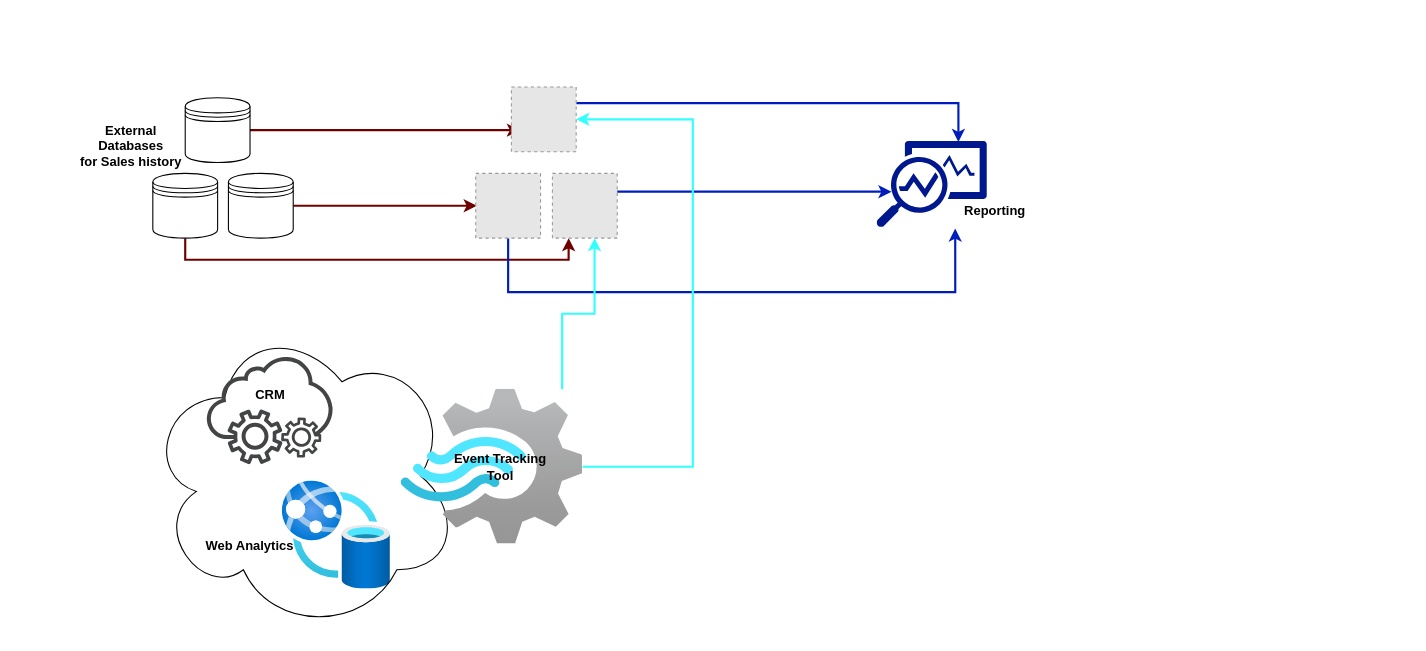
vadramson/Drawings keeps this draw.io diagram as Retail_Propose_Solution.drawio. Above is the earlier version. Source tidied: cells renumbered, new cells numbered last; positions are measured from the earlier drawing's top-left corner, leaving out a move shared by most shapes. Both pictures are drawn from the tidied source at 108%, with x=0, y=0 at pixel (55, 86). Pictures stored in the file or linked from it are replaced by grey dashed boxes.
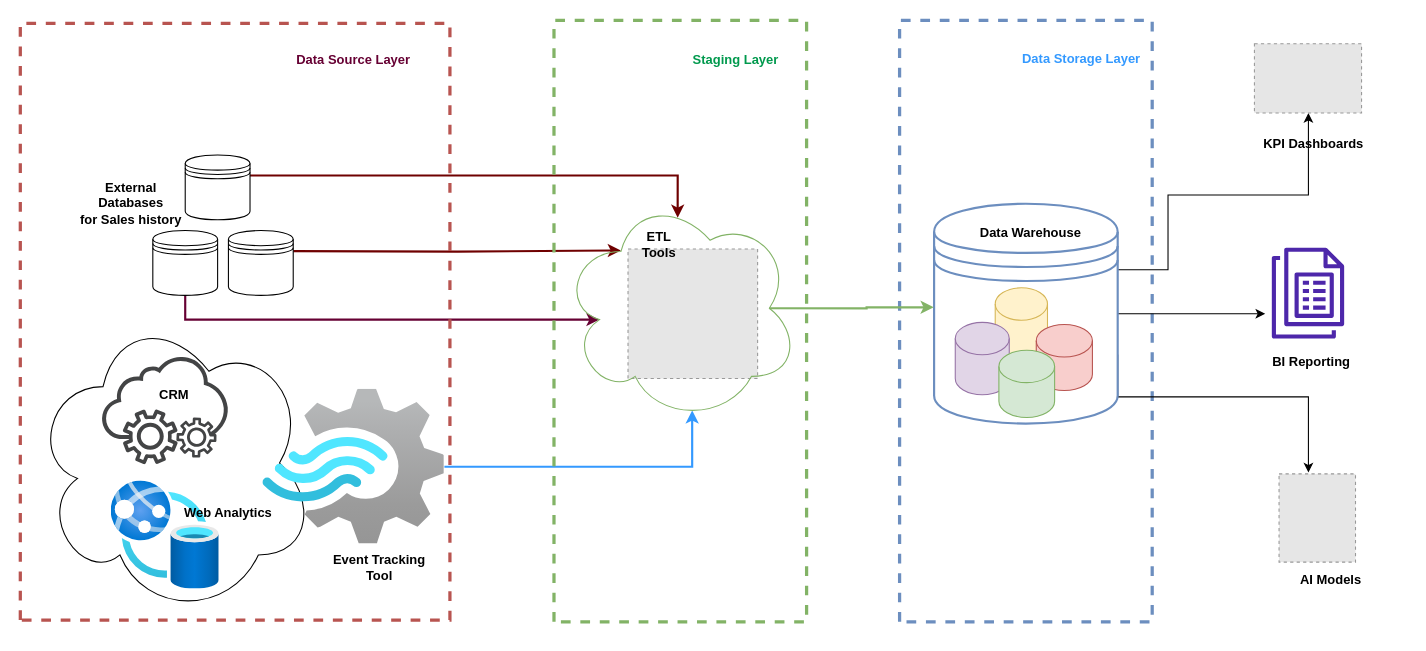
After the change.

The edit, as a diff of the source:
```diff
@@
-    <mxCell id="2" style="edgeStyle=orthogonalEdgeStyle;rounded=0;jettySize=auto;html=1;exitX=1;exitY=0.5;exitDx=0;exitDy=0;fillColor=#a20025;strokeColor=#6F0000;strokeWidth=2;" parent="1" edge="1" source="3">
+    <mxCell id="2" style="edgeStyle=orthogonalEdgeStyle;rounded=0;jettySize=auto;html=1;exitX=1;exitY=0.5;exitDx=0;exitDy=0;fillColor=#a20025;strokeColor=#6F0000;strokeWidth=2;entryX=0.489;entryY=0.101;entryDx=0;entryDy=0;entryPerimeter=0;" parent="1" edge="1" target="43">
       <mxGeometry relative="1" as="geometry">
-        <mxPoint x="430" y="40" as="targetPoint" />
+        <mxPoint x="180" y="82" as="sourcePoint" />
         <Array as="points">
-          <mxPoint x="424" y="40" />
+          <mxPoint x="576" y="82" />
         </Array>
       </mxGeometry>
     </mxCell>
     <mxCell id="3" style="shape=datastore;whiteSpace=wrap;html=1;" parent="1" vertex="1">
-      <mxGeometry x="120" y="10" width="60" height="60" as="geometry" />
+      <mxGeometry x="120" y="63" width="60" height="60" as="geometry" />
     </mxCell>
-    <mxCell id="4" style="edgeStyle=orthogonalEdgeStyle;rounded=0;jettySize=auto;html=1;exitX=0.5;exitY=1;exitDx=0;exitDy=0;entryX=0.25;entryY=1;entryDx=0;entryDy=0;fillColor=#a20025;strokeColor=#6F0000;strokeWidth=2;" parent="1" edge="1" source="5" target="11">
-      <mxGeometry relative="1" as="geometry" />
-    </mxCell>
+    <mxCell id="26" style="edgeStyle=orthogonalEdgeStyle;rounded=0;jettySize=auto;html=1;entryX=0.16;entryY=0.55;entryDx=0;entryDy=0;entryPerimeter=0;strokeWidth=2;strokeColor=#660033;" parent="1" edge="1" source="5" target="43">
+      <mxGeometry relative="1" as="geometry">
+        <Array as="points">
+          <mxPoint x="120" y="215" />
+        </Array>
+      </mxGeometry>
+    </mxCell>
     <mxCell id="5" style="shape=datastore;whiteSpace=wrap;html=1;" parent="1" vertex="1">
-      <mxGeometry x="90" y="80" width="60" height="60" as="geometry" />
+      <mxGeometry x="90" y="133" width="60" height="60" as="geometry" />
     </mxCell>
-    <mxCell id="6" style="edgeStyle=orthogonalEdgeStyle;rounded=0;jettySize=auto;html=1;exitX=1;exitY=0.5;exitDx=0;exitDy=0;fillColor=#a20025;strokeColor=#6F0000;strokeWidth=2;" parent="1" edge="1" source="7">
+    <mxCell id="6" style="edgeStyle=orthogonalEdgeStyle;rounded=0;orthogonalLoop=1;jettySize=auto;html=1;exitX=1;exitY=0.5;exitDx=0;exitDy=0;fillColor=#a20025;strokeColor=#6F0000;strokeWidth=2;entryX=0.25;entryY=0.25;entryDx=0;entryDy=0;entryPerimeter=0;" parent="1" edge="1">
       <mxGeometry relative="1" as="geometry">
-        <mxPoint x="390" y="110" as="targetPoint" />
+        <mxPoint x="220" y="152" as="sourcePoint" />
+        <mxPoint x="523.4" y="151.4" as="targetPoint" />
       </mxGeometry>
     </mxCell>
     <mxCell id="7" style="shape=datastore;whiteSpace=wrap;html=1;" parent="1" vertex="1">
-      <mxGeometry x="160" y="80" width="60" height="60" as="geometry" />
+      <mxGeometry x="160" y="133" width="60" height="60" as="geometry" />
     </mxCell>
-    <mxCell id="8" style="edgeStyle=orthogonalEdgeStyle;rounded=0;jettySize=auto;html=1;exitX=1;exitY=0.25;exitDx=0;exitDy=0;entryX=0.743;entryY=0.013;entryDx=0;entryDy=0;entryPerimeter=0;fillColor=#0050ef;strokeColor=#001DBC;strokeWidth=2;" parent="1" edge="1" source="9" target="14">
-      <mxGeometry relative="1" as="geometry" />
-    </mxCell>
-    <mxCell id="9" style="fillColor=#E6E6E6;strokeColor=#999999;dashed=1;html=1;verticalAlign=top;verticalLabelPosition=bottom;labelBackgroundColor=#ffffff;" parent="1" vertex="1">
-      <mxGeometry x="422" width="60" height="60" as="geometry" />
-    </mxCell>
-    <mxCell id="10" style="edgeStyle=orthogonalEdgeStyle;rounded=0;orthogonalLoop=1;jettySize=auto;html=1;exitX=1;exitY=0.5;exitDx=0;exitDy=0;entryX=0.176;entryY=0.752;entryDx=0;entryDy=0;entryPerimeter=0;fillColor=#0050ef;strokeColor=#001DBC;strokeWidth=2;" parent="1" edge="1">
-      <mxGeometry relative="1" as="geometry">
-        <mxPoint x="516" y="97" as="sourcePoint" />
-        <mxPoint x="774" y="97" as="targetPoint" />
-      </mxGeometry>
-    </mxCell>
-    <mxCell id="11" style="fillColor=#E6E6E6;strokeColor=#999999;dashed=1;html=1;verticalAlign=top;verticalLabelPosition=bottom;labelBackgroundColor=#ffffff;" parent="1" vertex="1">
-      <mxGeometry x="460" y="80" width="60" height="60" as="geometry" />
-    </mxCell>
-    <mxCell id="12" style="edgeStyle=orthogonalEdgeStyle;rounded=0;jettySize=auto;html=1;entryX=0.714;entryY=1.016;entryDx=0;entryDy=0;entryPerimeter=0;fillColor=#0050ef;strokeColor=#001DBC;strokeWidth=2;" parent="1" edge="1" source="13" target="14">
-      <mxGeometry relative="1" as="geometry">
-        <Array as="points">
-          <mxPoint x="419" y="190" />
-          <mxPoint x="833" y="190" />
-        </Array>
-      </mxGeometry>
-    </mxCell>
-    <mxCell id="13" style="fillColor=#E6E6E6;strokeColor=#999999;dashed=1;html=1;verticalAlign=top;verticalLabelPosition=bottom;labelBackgroundColor=#ffffff;" parent="1" vertex="1">
-      <mxGeometry x="389" y="80" width="60" height="60" as="geometry" />
-    </mxCell>
-    <mxCell id="14" style="sketch=0;shadow=0;dashed=0;html=1;strokeColor=none;labelPosition=center;verticalLabelPosition=bottom;verticalAlign=top;align=center;fillColor=#00188D;shape=mxgraph.mscae.enterprise.monitor_running_apps;" parent="1" vertex="1">
-      <mxGeometry x="760" y="50" width="102.2" height="79.8" as="geometry" />
-    </mxCell>
     <mxCell id="15" style="image;html=1;align=center;fontSize=12;image=img/lib/azure2/other/Web_App_Database.svg;" parent="1" vertex="1">
-      <mxGeometry x="210" y="365" width="100" height="100" as="geometry" />
+      <mxGeometry x="51.5" y="365" width="100" height="100" as="geometry" />
     </mxCell>
     <mxCell id="16" style="ellipse;shape=cloud;whiteSpace=wrap;html=1;fillColor=none;" parent="1" vertex="1">
-      <mxGeometry x="84" y="215" width="290" height="290" as="geometry" />
+      <mxGeometry x="-21.5" y="206.6" width="261.5" height="283.4" as="geometry" />
     </mxCell>
     <mxCell id="17" style="sketch=0;shadow=0;dashed=0;html=1;strokeColor=none;fillColor=#434445;labelPosition=center;verticalLabelPosition=bottom;verticalAlign=top;align=center;shape=mxgraph.vvd.on_demand_self_service;" parent="1" vertex="1">
-      <mxGeometry x="140" y="250" width="117" height="99.5" as="geometry" />
+      <mxGeometry x="43" y="250" width="117" height="99.5" as="geometry" />
     </mxCell>
-    <mxCell id="18" style="edgeStyle=orthogonalEdgeStyle;rounded=0;jettySize=auto;html=1;fillColor=#cce5ff;strokeColor=#33FFFF;strokeWidth=2;" parent="1" edge="1" source="20" target="9">
-      <mxGeometry relative="1" as="geometry">
-        <Array as="points">
-          <mxPoint x="590" y="352" />
-          <mxPoint x="590" y="30" />
-        </Array>
-      </mxGeometry>
-    </mxCell>
-    <mxCell id="19" style="edgeStyle=orthogonalEdgeStyle;rounded=0;jettySize=auto;html=1;entryX=0.5;entryY=1;entryDx=0;entryDy=0;fillColor=#cce5ff;strokeColor=#33FFFF;strokeWidth=2;" parent="1" edge="1" source="20">
-      <mxGeometry relative="1" as="geometry">
-        <mxPoint x="499" y="140" as="targetPoint" />
-        <Array as="points">
-          <mxPoint x="469" y="210" />
-          <mxPoint x="499" y="210" />
-        </Array>
-      </mxGeometry>
-    </mxCell>
+    <mxCell id="27" style="edgeStyle=orthogonalEdgeStyle;rounded=0;jettySize=auto;html=1;entryX=0.55;entryY=0.95;entryDx=0;entryDy=0;entryPerimeter=0;strokeColor=#3399FF;strokeWidth=2;" parent="1" edge="1" source="20" target="43">
+      <mxGeometry relative="1" as="geometry">
+        <Array as="points">
+          <mxPoint x="589" y="352" />
+        </Array>
+      </mxGeometry>
+    </mxCell>
     <mxCell id="20" style="image;html=1;points=[];align=center;fontSize=12;image=img/lib/azure2/iot/Stream_Analytics_Jobs.svg;" parent="1" vertex="1">
-      <mxGeometry x="320" y="280" width="168" height="143.3" as="geometry" />
+      <mxGeometry x="192" y="280" width="168" height="143.3" as="geometry" />
     </mxCell>
     <mxCell id="21" value="&lt;b&gt;External&lt;br&gt;Databases&lt;br&gt;for Sales history&lt;/b&gt;" style="text;html=1;strokeColor=none;fillColor=none;align=center;verticalAlign=middle;whiteSpace=wrap;rounded=0;" parent="1" vertex="1">
-      <mxGeometry y="40" width="140" height="30" as="geometry" />
+      <mxGeometry y="93" width="140" height="30" as="geometry" />
     </mxCell>
     <mxCell id="22" value="&lt;b&gt;CRM&lt;/b&gt;" style="text;html=1;strokeColor=none;fillColor=none;align=center;verticalAlign=middle;whiteSpace=wrap;rounded=0;" parent="1" vertex="1">
-      <mxGeometry x="128.5" y="270" width="140" height="30" as="geometry" />
+      <mxGeometry x="40" y="270" width="140" height="30" as="geometry" />
     </mxCell>
     <mxCell id="23" value="&lt;b&gt;Web Analytics&lt;/b&gt;" style="text;html=1;strokeColor=none;fillColor=none;align=center;verticalAlign=middle;whiteSpace=wrap;rounded=0;" parent="1" vertex="1">
-      <mxGeometry x="110" y="410" width="140" height="30" as="geometry" />
+      <mxGeometry x="90" y="380" width="140" height="30" as="geometry" />
     </mxCell>
     <mxCell id="24" value="&lt;b&gt;Event Tracking&lt;br&gt;Tool&lt;br&gt;&lt;/b&gt;" style="text;html=1;strokeColor=none;fillColor=none;align=center;verticalAlign=middle;whiteSpace=wrap;rounded=0;" parent="1" vertex="1">
-      <mxGeometry x="342" y="336.6" width="140" height="30" as="geometry" />
+      <mxGeometry x="230" y="430" width="140" height="30" as="geometry" />
     </mxCell>
-    <mxCell id="25" value="&lt;b&gt;Reporting&lt;/b&gt;" style="text;html=1;strokeColor=none;fillColor=none;align=center;verticalAlign=middle;whiteSpace=wrap;rounded=0;" parent="1" vertex="1">
-      <mxGeometry x="800" y="99.8" width="140" height="30" as="geometry" />
-    </mxCell>
+    <mxCell id="28" style="fillColor=#E6E6E6;strokeColor=#999999;dashed=1;verticalLabelPosition=bottom;labelBackgroundColor=default;verticalAlign=top;" parent="1" vertex="1">
+      <mxGeometry x="530" y="150.1" width="120" height="119.9" as="geometry" />
+    </mxCell>
+    <mxCell id="29" style="rounded=0;whiteSpace=wrap;html=1;rotation=-90;fillColor=none;dashed=1;strokeWidth=3;strokeColor=#b85450;" parent="1" vertex="1">
+      <mxGeometry x="-110" y="18.5" width="552.4" height="397.8" as="geometry" />
+    </mxCell>
+    <mxCell id="30" style="rounded=0;whiteSpace=wrap;html=1;rotation=-90;fillColor=none;strokeColor=#82b366;dashed=1;strokeWidth=3;" parent="1" vertex="1">
+      <mxGeometry x="300" y="99.9" width="556.8" height="233.9" as="geometry" />
+    </mxCell>
+    <mxCell id="31" style="rounded=0;whiteSpace=wrap;html=1;rotation=-90;fillColor=none;dashed=1;strokeWidth=3;strokeColor=#6c8ebf;" parent="1" vertex="1">
+      <mxGeometry x="620" y="99.9" width="556.8" height="233.9" as="geometry" />
+    </mxCell>
+    <mxCell id="32" style="edgeStyle=orthogonalEdgeStyle;rounded=0;jettySize=auto;html=1;exitX=1;exitY=0.3;exitDx=0;exitDy=0;" parent="1" edge="1" source="35" target="45">
+      <mxGeometry relative="1" as="geometry">
+        <Array as="points">
+          <mxPoint x="1030" y="169" />
+          <mxPoint x="1030" y="100" />
+          <mxPoint x="1160" y="100" />
+        </Array>
+      </mxGeometry>
+    </mxCell>
+    <mxCell id="33" style="edgeStyle=orthogonalEdgeStyle;rounded=0;jettySize=auto;html=1;exitX=1;exitY=0.5;exitDx=0;exitDy=0;" parent="1" edge="1" source="35">
+      <mxGeometry relative="1" as="geometry">
+        <mxPoint x="1120" y="210" as="targetPoint" />
+      </mxGeometry>
+    </mxCell>
+    <mxCell id="34" style="edgeStyle=orthogonalEdgeStyle;rounded=0;orthogonalLoop=1;jettySize=auto;html=1;exitX=1;exitY=0.7;exitDx=0;exitDy=0;" parent="1" edge="1">
+      <mxGeometry relative="1" as="geometry">
+        <mxPoint x="983.4" y="247.7" as="sourcePoint" />
+        <mxPoint x="1160" y="357" as="targetPoint" />
+        <Array as="points">
+          <mxPoint x="983" y="287" />
+          <mxPoint x="1160" y="287" />
+          <mxPoint x="1160" y="351" />
+        </Array>
+      </mxGeometry>
+    </mxCell>
+    <mxCell id="35" style="shape=datastore;html=1;labelPosition=center;verticalLabelPosition=bottom;align=center;verticalAlign=top;fillColor=none;strokeColor=#6c8ebf;strokeWidth=2;" parent="1" vertex="1">
+      <mxGeometry x="813.4" y="108.2" width="170" height="203.5" as="geometry" />
+    </mxCell>
+    <mxCell id="36" style="shape=cylinder3;whiteSpace=wrap;html=1;boundedLbl=1;backgroundOutline=1;size=15;fillColor=#fff2cc;strokeColor=#d6b656;" parent="1" vertex="1">
+      <mxGeometry x="870" y="186" width="48.4" height="63" as="geometry" />
+    </mxCell>
+    <mxCell id="37" style="shape=cylinder3;whiteSpace=wrap;html=1;boundedLbl=1;backgroundOutline=1;size=15;fillColor=#e1d5e7;strokeColor=#9673a6;" parent="1" vertex="1">
+      <mxGeometry x="833" y="218" width="50" height="67" as="geometry" />
+    </mxCell>
+    <mxCell id="38" style="shape=cylinder3;whiteSpace=wrap;html=1;boundedLbl=1;backgroundOutline=1;size=15;fillColor=#f8cecc;strokeColor=#b85450;" parent="1" vertex="1">
+      <mxGeometry x="908" y="220" width="52" height="61" as="geometry" />
+    </mxCell>
+    <mxCell id="39" style="shape=cylinder3;whiteSpace=wrap;html=1;boundedLbl=1;backgroundOutline=1;size=15;fillColor=#d5e8d4;strokeColor=#82b366;" parent="1" vertex="1">
+      <mxGeometry x="873.4" y="243.8" width="51.6" height="62.2" as="geometry" />
+    </mxCell>
+    <mxCell id="40" value="&lt;b&gt;Data Warehouse&lt;/b&gt;" style="text;html=1;strokeColor=none;fillColor=none;align=center;verticalAlign=middle;whiteSpace=wrap;rounded=0;" parent="1" vertex="1">
+      <mxGeometry x="833" y="120.1" width="140" height="30" as="geometry" />
+    </mxCell>
+    <mxCell id="41" value="&lt;b&gt;ETL&lt;br&gt;Tools&lt;br&gt;&lt;/b&gt;" style="text;html=1;strokeColor=none;fillColor=none;align=center;verticalAlign=middle;whiteSpace=wrap;rounded=0;" parent="1" vertex="1">
+      <mxGeometry x="489" y="131" width="140" height="30" as="geometry" />
+    </mxCell>
+    <mxCell id="42" style="edgeStyle=orthogonalEdgeStyle;rounded=0;jettySize=auto;html=1;exitX=0.875;exitY=0.5;exitDx=0;exitDy=0;exitPerimeter=0;entryX=-0.002;entryY=0.471;entryDx=0;entryDy=0;entryPerimeter=0;fillColor=#d5e8d4;strokeColor=#82b366;strokeWidth=2;" parent="1" edge="1" source="43" target="35">
+      <mxGeometry relative="1" as="geometry" />
+    </mxCell>
+    <mxCell id="43" style="ellipse;shape=cloud;whiteSpace=wrap;html=1;fillColor=none;strokeColor=#82b366;" parent="1" vertex="1">
+      <mxGeometry x="468.4" y="99.9" width="220" height="210.1" as="geometry" />
+    </mxCell>
+    <mxCell id="44" style="sketch=0;fontColor=#232F3E;gradientColor=none;fillColor=#4D27AA;strokeColor=none;dashed=0;verticalLabelPosition=bottom;verticalAlign=top;align=center;html=1;fontSize=12;fontStyle=0;shape=mxgraph.aws4.quicksight_paginated_reports;" parent="1" vertex="1">
+      <mxGeometry x="1126.1" y="148.8" width="67" height="84.2" as="geometry" />
+    </mxCell>
+    <mxCell id="45" style="fillColor=#E6E6E6;strokeColor=#999999;dashed=1;verticalLabelPosition=bottom;labelBackgroundColor=default;verticalAlign=top;" parent="1" vertex="1">
+      <mxGeometry x="1110" y="-40" width="99.2" height="64.1" as="geometry" />
+    </mxCell>
+    <mxCell id="46" value="&lt;b&gt;KPI Dashboards&lt;/b&gt;" style="text;html=1;strokeColor=none;fillColor=none;align=center;verticalAlign=middle;whiteSpace=wrap;rounded=0;" parent="1" vertex="1">
+      <mxGeometry x="1095" y="38" width="140" height="30" as="geometry" />
+    </mxCell>
+    <mxCell id="47" value="&lt;b&gt;BI Reporting&lt;/b&gt;" style="text;html=1;strokeColor=none;fillColor=none;align=center;verticalAlign=middle;whiteSpace=wrap;rounded=0;" parent="1" vertex="1">
+      <mxGeometry x="1092.6" y="240" width="140" height="30" as="geometry" />
+    </mxCell>
+    <mxCell id="48" value="&lt;b&gt;AI Models&lt;/b&gt;" style="text;html=1;strokeColor=none;fillColor=none;align=center;verticalAlign=middle;whiteSpace=wrap;rounded=0;" parent="1" vertex="1">
+      <mxGeometry x="1111" y="442" width="140" height="30" as="geometry" />
+    </mxCell>
+    <mxCell id="49" value="&lt;b&gt;&lt;font color=&quot;#660033&quot;&gt;Data Source Layer&lt;/font&gt;&lt;/b&gt;" style="text;html=1;strokeColor=none;fillColor=none;align=center;verticalAlign=middle;whiteSpace=wrap;rounded=0;" parent="1" vertex="1">
+      <mxGeometry x="206" y="-40" width="140" height="30" as="geometry" />
+    </mxCell>
+    <mxCell id="50" value="&lt;b&gt;&lt;font color=&quot;#00994d&quot;&gt;Staging Layer&lt;/font&gt;&lt;/b&gt;" style="text;html=1;strokeColor=none;fillColor=none;align=center;verticalAlign=middle;whiteSpace=wrap;rounded=0;" parent="1" vertex="1">
+      <mxGeometry x="560" y="-40" width="140" height="30" as="geometry" />
+    </mxCell>
+    <mxCell id="51" value="&lt;b&gt;&lt;font color=&quot;#3399ff&quot;&gt;Data Storage Layer&lt;/font&gt;&lt;/b&gt;" style="text;html=1;strokeColor=none;fillColor=none;align=center;verticalAlign=middle;whiteSpace=wrap;rounded=0;" parent="1" vertex="1">
+      <mxGeometry x="880" y="-41" width="140" height="30" as="geometry" />
+    </mxCell>
+    <mxCell id="52" style="fillColor=#E6E6E6;strokeColor=#999999;dashed=1;verticalLabelPosition=bottom;labelBackgroundColor=default;verticalAlign=top;" parent="1" vertex="1">
+      <mxGeometry x="1132.8" y="358.3" width="70.8" height="81.7" as="geometry" />
+    </mxCell>
```
